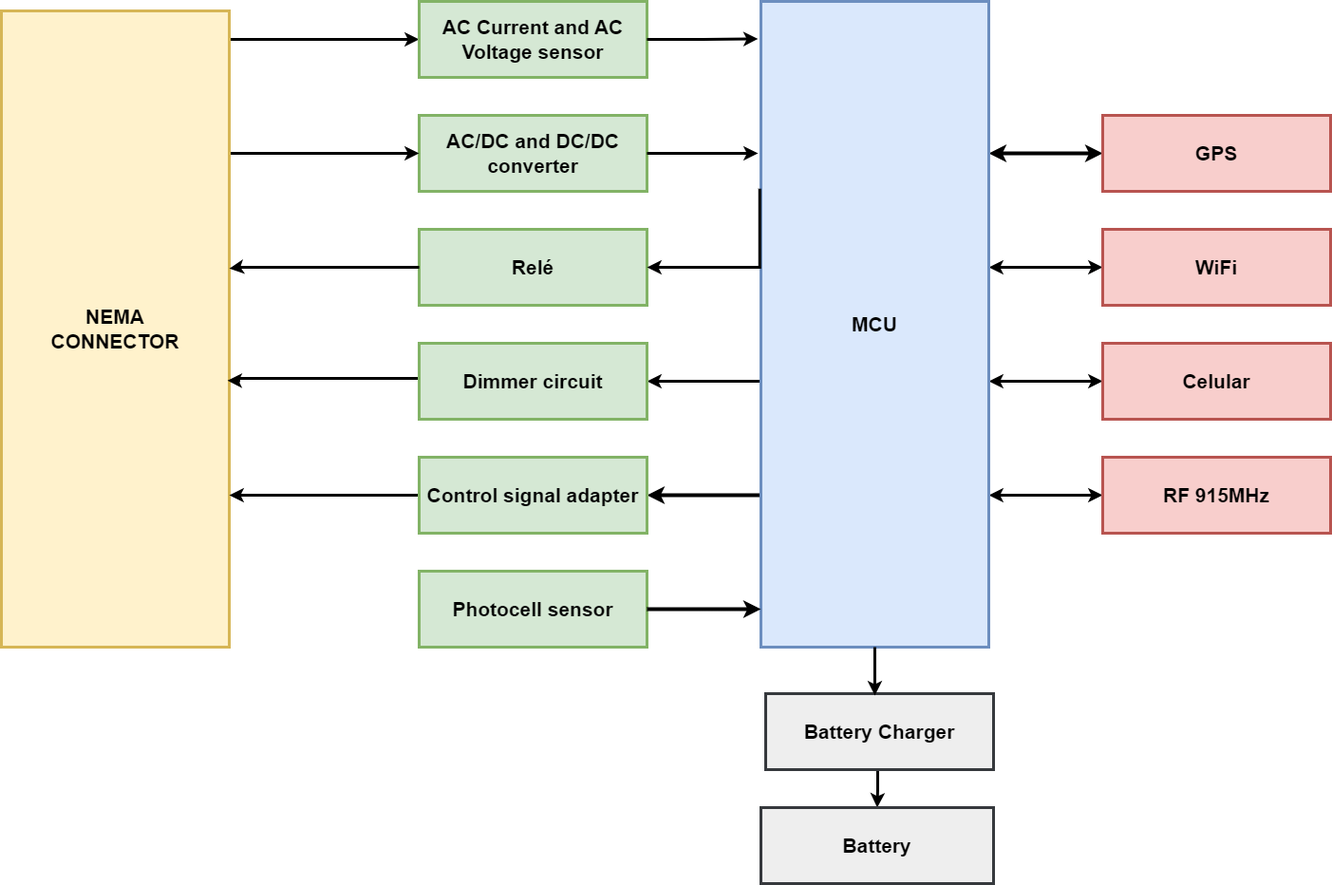
The draw.io diagram Figuras/diagBloquesGeneral.png in JuanmaGuariste/Planificacion, before a commit. Source tidied: cells renumbered, new cells last; positions are measured from the earlier drawing's top-left corner, leaving out a move shared by most shapes.
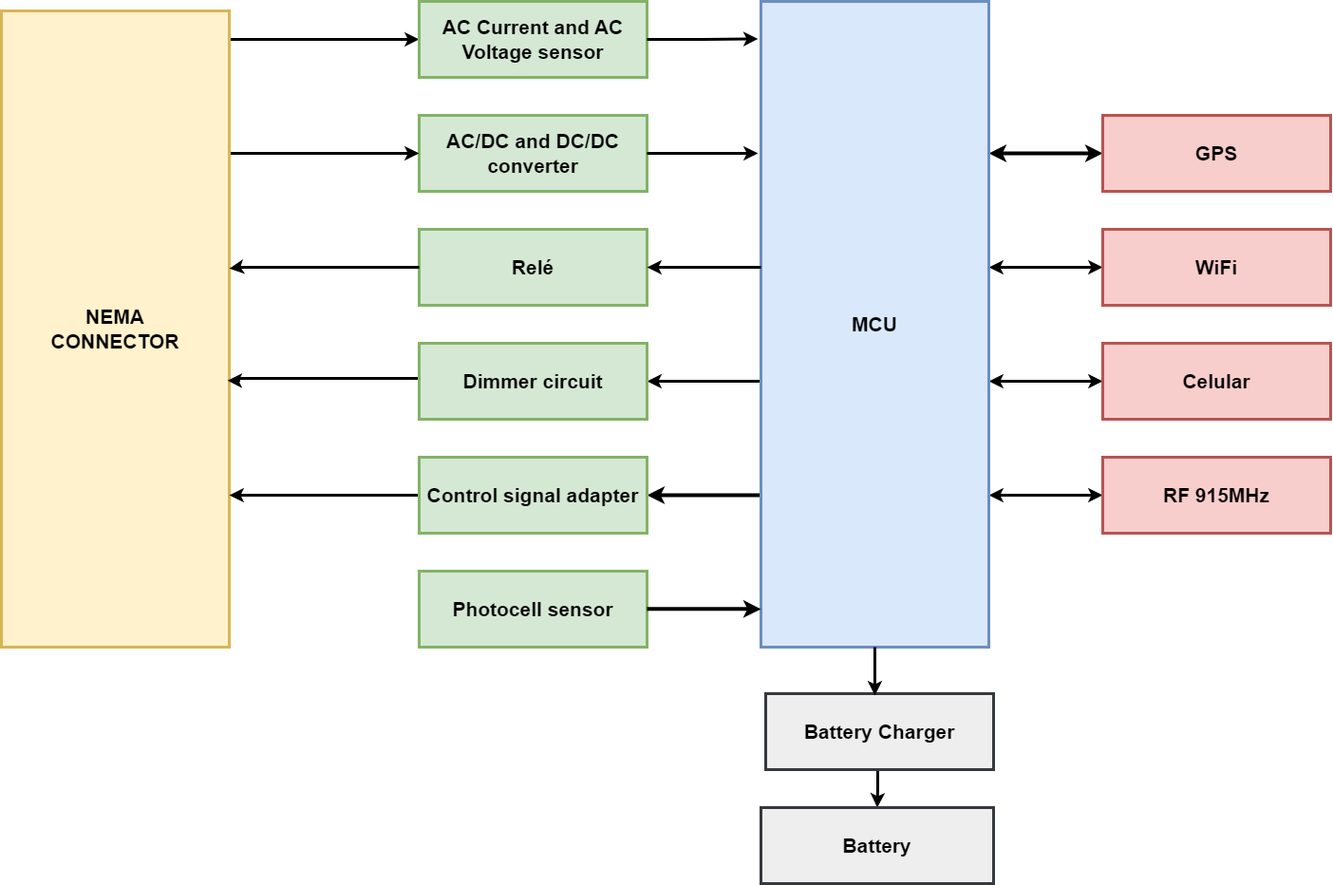
After the change.

Commit message:
Modificaciones de descripcion tecnico conceptual y modificacion de imagen de diagrama

What changed in the source:
```diff
@@ -137,8 +137,9 @@
         </Array>
       </mxGeometry>
     </mxCell>
-    <mxCell id="28" style="edgeStyle=orthogonalEdgeStyle;rounded=0;jettySize=auto;html=1;entryX=1;entryY=0.5;entryDx=0;entryDy=0;strokeWidth=3;exitX=-0.005;exitY=0.29;exitDx=0;exitDy=0;exitPerimeter=0;" parent="1" edge="1" source="8" target="25">
+    <mxCell id="28" style="edgeStyle=orthogonalEdgeStyle;rounded=0;jettySize=auto;html=1;entryX=1;entryY=0.5;entryDx=0;entryDy=0;strokeWidth=3;" parent="1" edge="1" target="25">
       <mxGeometry relative="1" as="geometry">
+        <mxPoint x="800" y="280" as="sourcePoint" />
         <Array as="points">
           <mxPoint x="799" y="280" />
         </Array>
```
